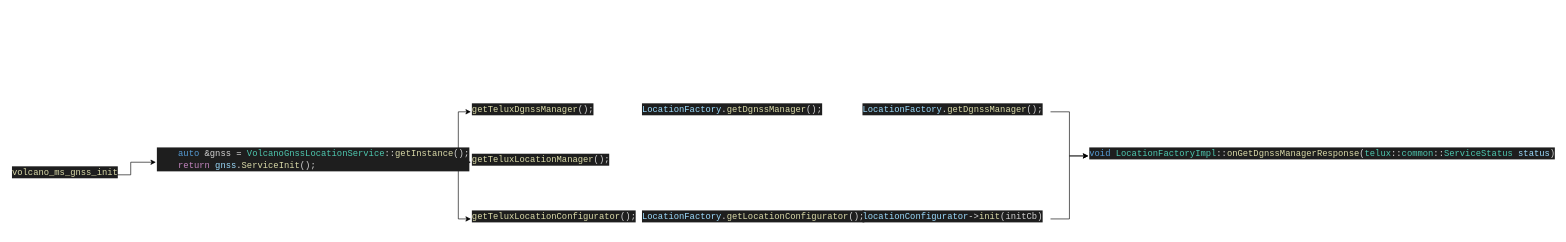
ZhEng025/sw_arch keeps this draw.io diagram as arch_dir/gps.drawio. Above is the earlier version. Source tidied: cells renumbered, new cells numbered last; positions are measured from the earlier drawing's top-left corner, leaving out a move shared by most shapes. Both pictures are drawn from the tidied source at 63%, with x=0, y=0 at pixel (11, 99).
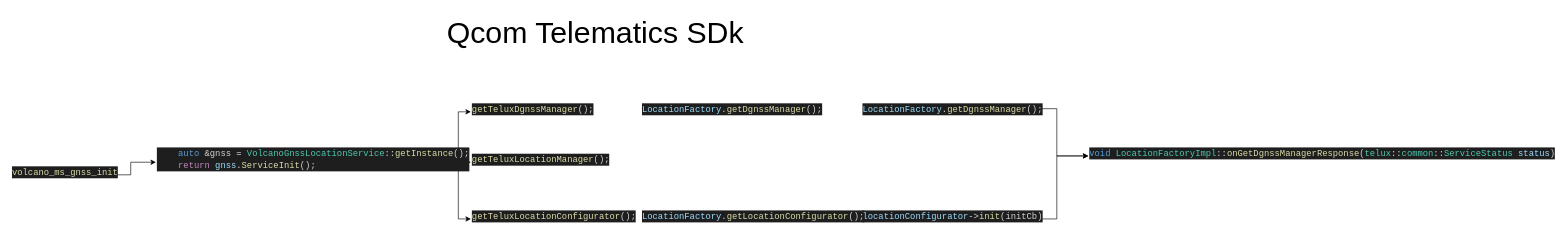
The same diagram, later.

Diff of the diagram source:
```diff
@@
 <mxGraphModel>
   <root>
     <mxCell id="0" />
     <mxCell id="1" parent="0" />
     <mxCell id="2" style="edgeStyle=orthogonalEdgeStyle;rounded=0;jettySize=auto;html=1;" parent="1" edge="1" source="3" target="7">
       <mxGeometry relative="1" as="geometry" />
     </mxCell>
     <mxCell id="3" value="&lt;div style=&quot;color: #d4d4d4;background-color: #1e1e1e;font-family: Consolas, 'Courier New', monospace;font-weight: normal;font-size: 14px;line-height: 19px;white-space: pre;&quot;&gt;&lt;div&gt;&lt;span style=&quot;color: #dcdcaa;&quot;&gt;volcano_ms_gnss_init&lt;/span&gt;&lt;/div&gt;&lt;/div&gt;" style="text;whiteSpace=wrap;html=1;" parent="1" vertex="1">
       <mxGeometry y="100" width="150" height="40" as="geometry" />
     </mxCell>
     <mxCell id="4" style="edgeStyle=orthogonalEdgeStyle;rounded=0;jettySize=auto;html=1;exitX=1;exitY=0.5;exitDx=0;exitDy=0;entryX=0;entryY=0.5;entryDx=0;entryDy=0;" parent="1" edge="1" source="7" target="8">
       <mxGeometry relative="1" as="geometry" />
     </mxCell>
     <mxCell id="5" style="edgeStyle=orthogonalEdgeStyle;rounded=0;jettySize=auto;html=1;" parent="1" edge="1" source="7" target="9">
       <mxGeometry relative="1" as="geometry" />
     </mxCell>
     <mxCell id="6" style="edgeStyle=orthogonalEdgeStyle;rounded=0;jettySize=auto;html=1;exitX=1;exitY=0.5;exitDx=0;exitDy=0;entryX=0;entryY=0.5;entryDx=0;entryDy=0;" parent="1" edge="1" source="7" target="10">
       <mxGeometry relative="1" as="geometry" />
     </mxCell>
     <mxCell id="7" value="&lt;div style=&quot;color: #d4d4d4;background-color: #1e1e1e;font-family: Consolas, 'Courier New', monospace;font-weight: normal;font-size: 14px;line-height: 19px;white-space: pre;&quot;&gt;&lt;div&gt;&lt;span style=&quot;color: #d4d4d4;&quot;&gt;&amp;nbsp; &amp;nbsp; &lt;/span&gt;&lt;span style=&quot;color: #569cd6;&quot;&gt;auto&lt;/span&gt;&lt;span style=&quot;color: #d4d4d4;&quot;&gt; &amp;amp;gnss = &lt;/span&gt;&lt;span style=&quot;color: #4ec9b0;&quot;&gt;VolcanoGnssLocationService&lt;/span&gt;&lt;span style=&quot;color: #d4d4d4;&quot;&gt;::&lt;/span&gt;&lt;span style=&quot;color: #dcdcaa;&quot;&gt;getInstance&lt;/span&gt;&lt;span style=&quot;color: #d4d4d4;&quot;&gt;();&lt;/span&gt;&lt;/div&gt;&lt;div&gt;&lt;span style=&quot;color: #d4d4d4;&quot;&gt;&amp;nbsp; &amp;nbsp; &lt;/span&gt;&lt;span style=&quot;color: #c586c0;&quot;&gt;return&lt;/span&gt;&lt;span style=&quot;color: #d4d4d4;&quot;&gt; &lt;/span&gt;&lt;span style=&quot;color: #9cdcfe;&quot;&gt;gnss&lt;/span&gt;&lt;span style=&quot;color: #d4d4d4;&quot;&gt;.&lt;/span&gt;&lt;span style=&quot;color: #dcdcaa;&quot;&gt;ServiceInit&lt;/span&gt;&lt;span style=&quot;color: #d4d4d4;&quot;&gt;();&lt;/span&gt;&lt;/div&gt;&lt;/div&gt;" style="text;whiteSpace=wrap;html=1;" parent="1" vertex="1">
       <mxGeometry x="230" y="70" width="460" height="60" as="geometry" />
     </mxCell>
     <mxCell id="8" value="&lt;div style=&quot;color: #d4d4d4;background-color: #1e1e1e;font-family: Consolas, 'Courier New', monospace;font-weight: normal;font-size: 14px;line-height: 19px;white-space: pre;&quot;&gt;&lt;div&gt;&lt;span style=&quot;color: #dcdcaa;&quot;&gt;getTeluxDgnssManager&lt;/span&gt;&lt;span style=&quot;color: #d4d4d4;&quot;&gt;();&lt;/span&gt;&lt;/div&gt;&lt;/div&gt;" style="text;whiteSpace=wrap;html=1;" parent="1" vertex="1">
       <mxGeometry x="730" width="210" height="40" as="geometry" />
     </mxCell>
     <mxCell id="9" value="&lt;div style=&quot;color: #d4d4d4;background-color: #1e1e1e;font-family: Consolas, 'Courier New', monospace;font-weight: normal;font-size: 14px;line-height: 19px;white-space: pre;&quot;&gt;&lt;div&gt;&lt;span style=&quot;color: #dcdcaa;&quot;&gt;getTeluxLocationManager&lt;/span&gt;&lt;span style=&quot;color: #d4d4d4;&quot;&gt;();&lt;/span&gt;&lt;/div&gt;&lt;/div&gt;" style="text;whiteSpace=wrap;html=1;" parent="1" vertex="1">
       <mxGeometry x="730" y="80" width="230" height="40" as="geometry" />
     </mxCell>
     <mxCell id="10" value="&lt;div style=&quot;color: #d4d4d4;background-color: #1e1e1e;font-family: Consolas, 'Courier New', monospace;font-weight: normal;font-size: 14px;line-height: 19px;white-space: pre;&quot;&gt;&lt;div&gt;&lt;span style=&quot;color: #dcdcaa;&quot;&gt;getTeluxLocationConfigurator&lt;/span&gt;&lt;span style=&quot;color: #d4d4d4;&quot;&gt;();&lt;/span&gt;&lt;/div&gt;&lt;/div&gt;" style="text;whiteSpace=wrap;html=1;" parent="1" vertex="1">
       <mxGeometry x="730" y="170" width="270" height="40" as="geometry" />
     </mxCell>
     <mxCell id="11" style="edgeStyle=orthogonalEdgeStyle;rounded=0;jettySize=auto;html=1;entryX=0;entryY=0.5;entryDx=0;entryDy=0;" parent="1" edge="1" source="12" target="13">
       <mxGeometry relative="1" as="geometry" />
     </mxCell>
     <mxCell id="12" value="&lt;div style=&quot;color: #d4d4d4;background-color: #1e1e1e;font-family: Consolas, 'Courier New', monospace;font-weight: normal;font-size: 14px;line-height: 19px;white-space: pre;&quot;&gt;&lt;div&gt;&lt;span style=&quot;color: #9cdcfe;&quot;&gt;LocationFactory&lt;/span&gt;&lt;span style=&quot;color: #d4d4d4;&quot;&gt;.&lt;/span&gt;&lt;span style=&quot;color: #dcdcaa;&quot;&gt;getDgnssManager&lt;/span&gt;&lt;span style=&quot;color: #d4d4d4;&quot;&gt;();&lt;/span&gt;&lt;/div&gt;&lt;/div&gt;" style="text;whiteSpace=wrap;html=1;" parent="1" vertex="1">
-      <mxGeometry x="1350" width="300" height="40" as="geometry" />
+      <mxGeometry x="1350" width="260" height="30" as="geometry" />
     </mxCell>
     <mxCell id="13" value="&lt;div style=&quot;color: #d4d4d4;background-color: #1e1e1e;font-family: Consolas, 'Courier New', monospace;font-weight: normal;font-size: 14px;line-height: 19px;white-space: pre;&quot;&gt;&lt;div&gt;&lt;span style=&quot;color: #569cd6;&quot;&gt;void&lt;/span&gt;&lt;span style=&quot;color: #d4d4d4;&quot;&gt; &lt;/span&gt;&lt;span style=&quot;color: #4ec9b0;&quot;&gt;LocationFactoryImpl&lt;/span&gt;&lt;span style=&quot;color: #d4d4d4;&quot;&gt;::&lt;/span&gt;&lt;span style=&quot;color: #dcdcaa;&quot;&gt;onGetDgnssManagerResponse&lt;/span&gt;&lt;span style=&quot;color: #d4d4d4;&quot;&gt;(&lt;/span&gt;&lt;span style=&quot;color: #4ec9b0;&quot;&gt;telux&lt;/span&gt;&lt;span style=&quot;color: #d4d4d4;&quot;&gt;::&lt;/span&gt;&lt;span style=&quot;color: #4ec9b0;&quot;&gt;common&lt;/span&gt;&lt;span style=&quot;color: #d4d4d4;&quot;&gt;::&lt;/span&gt;&lt;span style=&quot;color: #4ec9b0;&quot;&gt;ServiceStatus&lt;/span&gt;&lt;span style=&quot;color: #d4d4d4;&quot;&gt; &lt;/span&gt;&lt;span style=&quot;color: #9cdcfe;&quot;&gt;status&lt;/span&gt;&lt;span style=&quot;color: #d4d4d4;&quot;&gt;)&lt;/span&gt;&lt;/div&gt;&lt;/div&gt;" style="text;whiteSpace=wrap;html=1;" parent="1" vertex="1">
       <mxGeometry x="1710" y="70" width="560" height="40" as="geometry" />
     </mxCell>
     <mxCell id="14" value="&lt;div style=&quot;color: #d4d4d4;background-color: #1e1e1e;font-family: Consolas, 'Courier New', monospace;font-weight: normal;font-size: 14px;line-height: 19px;white-space: pre;&quot;&gt;&lt;div&gt;&lt;span style=&quot;color: #9cdcfe;&quot;&gt;LocationFactory&lt;/span&gt;&lt;span style=&quot;color: #d4d4d4;&quot;&gt;.&lt;/span&gt;&lt;span style=&quot;color: #dcdcaa;&quot;&gt;getLocationConfigurator&lt;/span&gt;&lt;span style=&quot;color: #d4d4d4;&quot;&gt;();&lt;/span&gt;&lt;/div&gt;&lt;/div&gt;" style="text;whiteSpace=wrap;html=1;" parent="1" vertex="1">
       <mxGeometry x="1000" y="170" width="360" height="40" as="geometry" />
     </mxCell>
     <mxCell id="15" style="edgeStyle=orthogonalEdgeStyle;rounded=0;jettySize=auto;html=1;entryX=0;entryY=0.5;entryDx=0;entryDy=0;" parent="1" edge="1" source="16" target="13">
       <mxGeometry relative="1" as="geometry" />
     </mxCell>
     <mxCell id="16" value="&lt;div style=&quot;color: #d4d4d4;background-color: #1e1e1e;font-family: Consolas, 'Courier New', monospace;font-weight: normal;font-size: 14px;line-height: 19px;white-space: pre;&quot;&gt;&lt;div&gt;&lt;span style=&quot;color: #9cdcfe;&quot;&gt;locationConfigurator&lt;/span&gt;&lt;span style=&quot;color: #d4d4d4;&quot;&gt;-&amp;gt;&lt;/span&gt;&lt;span style=&quot;color: #dcdcaa;&quot;&gt;init&lt;/span&gt;&lt;span style=&quot;color: #d4d4d4;&quot;&gt;(initCb)&lt;/span&gt;&lt;/div&gt;&lt;/div&gt;" style="text;whiteSpace=wrap;html=1;" parent="1" vertex="1">
-      <mxGeometry x="1350" y="170" width="300" height="40" as="geometry" />
+      <mxGeometry x="1350" y="170" width="260" height="40" as="geometry" />
     </mxCell>
     <mxCell id="17" value="&lt;div style=&quot;color: #d4d4d4;background-color: #1e1e1e;font-family: Consolas, 'Courier New', monospace;font-weight: normal;font-size: 14px;line-height: 19px;white-space: pre;&quot;&gt;&lt;div&gt;&lt;span style=&quot;color: #9cdcfe;&quot;&gt;LocationFactory&lt;/span&gt;&lt;span style=&quot;color: #d4d4d4;&quot;&gt;.&lt;/span&gt;&lt;span style=&quot;color: #dcdcaa;&quot;&gt;getDgnssManager&lt;/span&gt;&lt;span style=&quot;color: #d4d4d4;&quot;&gt;();&lt;/span&gt;&lt;/div&gt;&lt;/div&gt;" style="text;whiteSpace=wrap;html=1;" parent="1" vertex="1">
       <mxGeometry x="1000" width="300" height="40" as="geometry" />
     </mxCell>
+    <mxCell id="18" value="&lt;span style=&quot;font-size: 48px;&quot;&gt;Qcom Telematics SDk&lt;/span&gt;" style="text;whiteSpace=wrap;html=1;" parent="1" vertex="1">
+      <mxGeometry x="690" y="-140" width="560" height="70" as="geometry" />
+    </mxCell>
   </root>
 </mxGraphModel>
```
